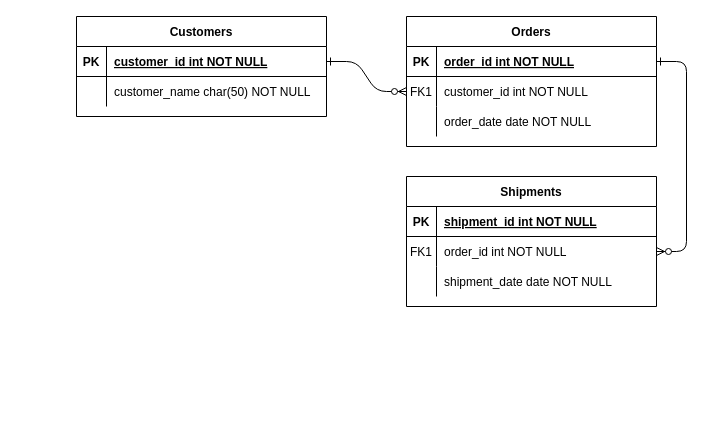
jgibranv/QRTracking keeps this draw.io diagram as Diagrama_Entidad_Relacion.drawio. Above is the earlier version. Source tidied: cells renumbered, new cells numbered last; positions are measured from the earlier drawing's top-left corner, leaving out a move shared by most shapes. Both pictures are drawn from the tidied source at 100%, with x=0, y=0 at pixel (76, 16).
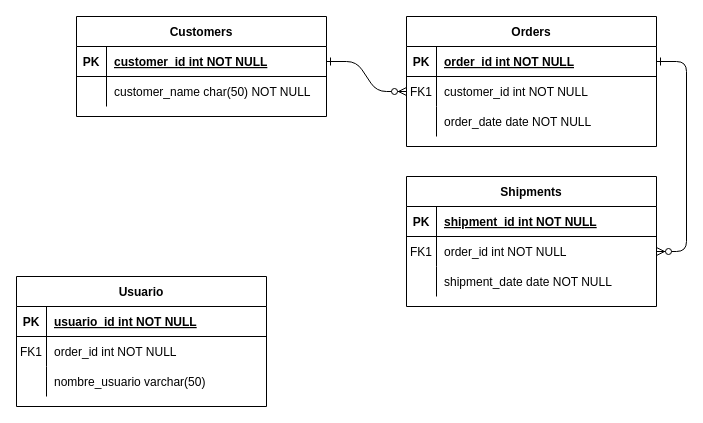
Above is the later version.

Commit message:
tabla de usuario

What changed in the source:
```diff
@@
+    <mxCell id="31" value="Usuario" style="shape=table;startSize=30;childLayout=tableLayout;rowLines=0;fontStyle=1;align=center;" parent="1" vertex="1">
+      <mxGeometry x="-60" y="260" width="250" height="130" as="geometry" />
+    </mxCell>
+    <mxCell id="32" style="shape=partialRectangle;fillColor=none;top=0;left=0;right=0;bottom=1;" parent="31" vertex="1">
+      <mxGeometry y="30" width="250" height="30" as="geometry" />
+    </mxCell>
+    <mxCell id="33" value="PK" style="shape=partialRectangle;overflow=hidden;fillColor=none;top=0;left=0;bottom=0;right=0;fontStyle=1;" parent="32" vertex="1">
+      <mxGeometry width="30" height="30" as="geometry" />
+    </mxCell>
+    <mxCell id="34" value="usuario_id int NOT NULL " style="shape=partialRectangle;overflow=hidden;fillColor=none;top=0;left=0;bottom=0;right=0;align=left;spacingLeft=6;fontStyle=5;" parent="32" vertex="1">
+      <mxGeometry x="30" width="220" height="30" as="geometry" />
+    </mxCell>
+    <mxCell id="35" style="shape=partialRectangle;fillColor=none;top=0;left=0;right=0;bottom=0;" parent="31" vertex="1">
+      <mxGeometry y="60" width="250" height="30" as="geometry" />
+    </mxCell>
+    <mxCell id="36" value="FK1" style="shape=partialRectangle;overflow=hidden;fillColor=none;top=0;left=0;bottom=0;right=0;" parent="35" vertex="1">
+      <mxGeometry width="30" height="30" as="geometry" />
+    </mxCell>
+    <mxCell id="37" value="order_id int NOT NULL" style="shape=partialRectangle;overflow=hidden;fillColor=none;top=0;left=0;bottom=0;right=0;align=left;spacingLeft=6;" parent="35" vertex="1">
+      <mxGeometry x="30" width="220" height="30" as="geometry" />
+    </mxCell>
+    <mxCell id="38" style="shape=partialRectangle;fillColor=none;top=0;left=0;right=0;bottom=0;" parent="31" vertex="1">
+      <mxGeometry y="90" width="250" height="30" as="geometry" />
+    </mxCell>
+    <mxCell id="39" style="shape=partialRectangle;overflow=hidden;fillColor=none;top=0;left=0;bottom=0;right=0;" parent="38" vertex="1">
+      <mxGeometry width="30" height="30" as="geometry" />
+    </mxCell>
+    <mxCell id="40" value="nombre_usuario varchar(50)" style="shape=partialRectangle;overflow=hidden;fillColor=none;top=0;left=0;bottom=0;right=0;align=left;spacingLeft=6;" parent="38" vertex="1">
+      <mxGeometry x="30" width="220" height="30" as="geometry" />
+    </mxCell>
```
